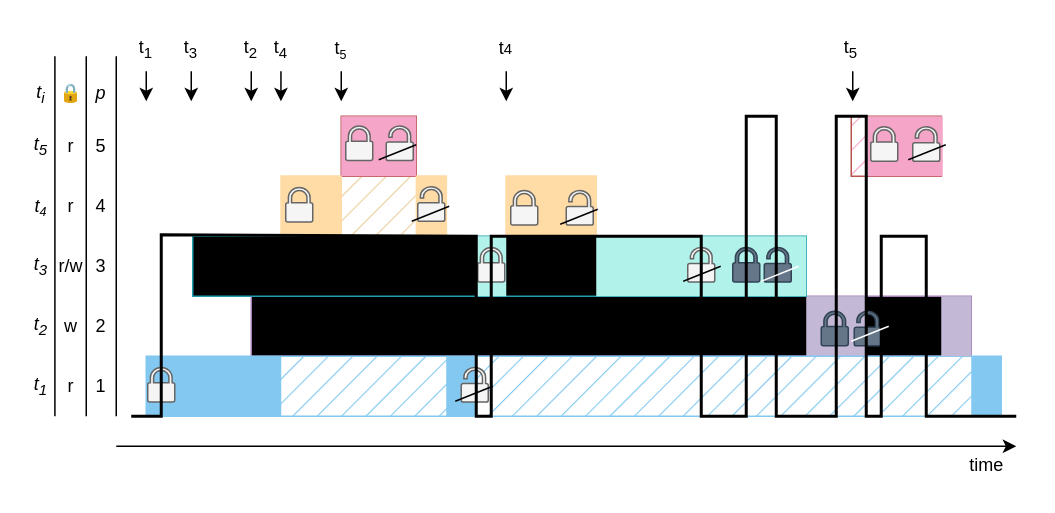
The draw.io diagram assets/system-rw.drawio in perlindgren/rw-rtic, before the edit. Source tidied: cells renumbered, new cells numbered last; positions are measured from the earlier drawing's top-left corner, leaving out a move shared by most shapes. Both pictures are drawn from the tidied source at 150%, with x=0, y=0 at pixel (26, 26).
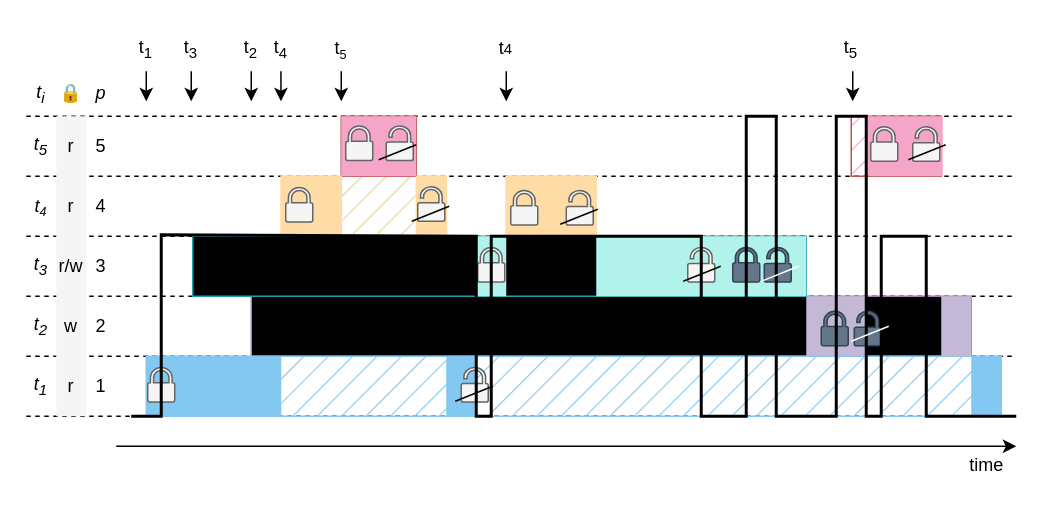
Above is the later version.

Commit message (it also covers changes not shown here):
content(drawio): rotate alignment lines

What changed in the source:
```diff
@@
+    <mxCell id="84" style="endArrow=none;html=1;rounded=0;dashed=1;" parent="1" edge="1">
+      <mxGeometry relative="1" as="geometry">
+        <mxPoint y="60" as="sourcePoint" />
+        <mxPoint x="660" y="60" as="targetPoint" />
+      </mxGeometry>
+    </mxCell>
+    <mxCell id="58" style="endArrow=none;html=1;rounded=0;dashed=1;" parent="1" edge="1">
+      <mxGeometry relative="1" as="geometry">
+        <mxPoint y="260" as="sourcePoint" />
+        <mxPoint x="660" y="260" as="targetPoint" />
+      </mxGeometry>
+    </mxCell>
+    <mxCell id="85" style="endArrow=none;html=1;rounded=0;dashed=1;" parent="1" edge="1">
+      <mxGeometry relative="1" as="geometry">
+        <mxPoint y="220" as="sourcePoint" />
+        <mxPoint x="660" y="220" as="targetPoint" />
+      </mxGeometry>
+    </mxCell>
+    <mxCell id="86" style="endArrow=none;html=1;rounded=0;dashed=1;" parent="1" edge="1">
+      <mxGeometry relative="1" as="geometry">
+        <mxPoint y="180" as="sourcePoint" />
+        <mxPoint x="660" y="180" as="targetPoint" />
+      </mxGeometry>
+    </mxCell>
+    <mxCell id="87" style="endArrow=none;html=1;rounded=0;dashed=1;" parent="1" edge="1">
+      <mxGeometry relative="1" as="geometry">
+        <mxPoint y="140" as="sourcePoint" />
+        <mxPoint x="660" y="140" as="targetPoint" />
+      </mxGeometry>
+    </mxCell>
+    <mxCell id="88" style="endArrow=none;html=1;rounded=0;dashed=1;" parent="1" edge="1">
+      <mxGeometry relative="1" as="geometry">
+        <mxPoint y="100" as="sourcePoint" />
+        <mxPoint x="660" y="100" as="targetPoint" />
+      </mxGeometry>
+    </mxCell>
+    <mxCell id="89" style="rounded=0;whiteSpace=wrap;html=1;fillColor=#f5f5f5;fontColor=#333333;strokeColor=none;strokeWidth=0;" parent="1" vertex="1">
+      <mxGeometry x="20" y="60" width="20" height="200" as="geometry" />
+    </mxCell>
@@
-    <mxCell id="38" style="endArrow=none;html=1;rounded=0;" parent="1" edge="1">
-      <mxGeometry relative="1" as="geometry">
-        <mxPoint x="60" y="260" as="sourcePoint" />
-        <mxPoint x="60" y="20" as="targetPoint" />
-      </mxGeometry>
-    </mxCell>
@@
-    <mxCell id="40" style="endArrow=none;html=1;rounded=0;" parent="1" edge="1">
-      <mxGeometry relative="1" as="geometry">
-        <mxPoint x="40" y="260" as="sourcePoint" />
-        <mxPoint x="40" y="20" as="targetPoint" />
-      </mxGeometry>
-    </mxCell>
@@
-    <mxCell id="58" style="endArrow=none;html=1;rounded=0;" parent="1" edge="1">
-      <mxGeometry relative="1" as="geometry">
-        <mxPoint x="19.1" y="260" as="sourcePoint" />
-        <mxPoint x="19.1" y="20" as="targetPoint" />
-      </mxGeometry>
-    </mxCell>
```
